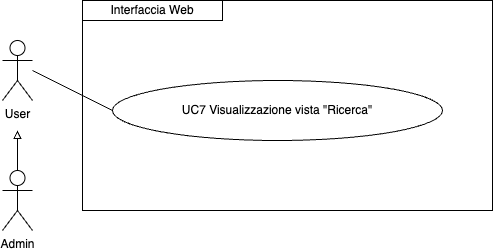
Before: imgs/Uml/UC7.png, a diagram exported from draw.io (ShameIRL/farmacode). Source tidied: cells renumbered, new cells last; positions are measured from the earlier drawing's top-left corner, leaving out a move shared by most shapes.
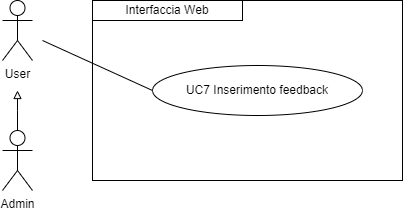
The same file after the commit.

Change to the diagram source:
```diff
@@ -2,30 +2,37 @@
   <root>
     <mxCell id="0" />
     <mxCell id="1" parent="0" />
+    <mxCell id="9" style="edgeStyle=orthogonalEdgeStyle;rounded=0;jettySize=auto;html=1;strokeColor=#000000;endArrow=block;endFill=0;" parent="1" edge="1" source="7">
+      <mxGeometry relative="1" as="geometry">
+        <mxPoint x="15" y="130" as="targetPoint" />
+        <Array as="points">
+          <mxPoint x="15" y="150" />
+          <mxPoint x="15" y="150" />
+        </Array>
+      </mxGeometry>
+    </mxCell>
+    <mxCell id="7" value="Admin" style="shape=umlActor;verticalLabelPosition=bottom;verticalAlign=top;html=1;outlineConnect=0;" parent="1" vertex="1">
+      <mxGeometry y="170" width="30" height="60" as="geometry" />
+    </mxCell>
     <mxCell id="2" value="User" style="shape=umlActor;verticalLabelPosition=bottom;verticalAlign=top;html=1;" parent="1" vertex="1">
       <mxGeometry y="40" width="30" height="60" as="geometry" />
     </mxCell>
-    <mxCell id="3" style="endArrow=none;html=1;rounded=0;entryX=0;entryY=0.5;entryDx=0;entryDy=0;" parent="1" edge="1" target="5">
-      <mxGeometry relative="1" as="geometry">
-        <mxPoint x="30" y="70" as="sourcePoint" />
-      </mxGeometry>
-    </mxCell>
+    <mxCell id="10" style="rounded=0;whiteSpace=wrap;html=1;fillColor=none;" parent="1" vertex="1">
+      <mxGeometry x="90" y="40" width="310" height="180" as="geometry" />
+    </mxCell>
-    <mxCell id="4" value="Interfaccia Web" style="rounded=0;whiteSpace=wrap;html=1;" parent="1" vertex="1">
-      <mxGeometry x="80" width="140" height="20" as="geometry" />
+    <mxCell id="4" value="&lt;div style=&quot;&quot;&gt;Interfaccia Web&lt;/div&gt;" style="rounded=0;whiteSpace=wrap;html=1;fillColor=none;align=center;" parent="1" vertex="1">
+      <mxGeometry x="90" y="40" width="150" height="20" as="geometry" />
     </mxCell>
-    <mxCell id="5" value="UC7 Visualizzazione vista &quot;Ricerca&quot;" style="ellipse;whiteSpace=wrap;html=1;" parent="1" vertex="1">
-      <mxGeometry x="110" y="80" width="330" height="60" as="geometry" />
-    </mxCell>
-    <mxCell id="6" style="rounded=0;whiteSpace=wrap;html=1;fillColor=none;" parent="1" vertex="1">
-      <mxGeometry x="80" width="410" height="210" as="geometry" />
-    </mxCell>
-    <mxCell id="7" value="Admin" style="shape=umlActor;verticalLabelPosition=bottom;verticalAlign=top;html=1;outlineConnect=0;" parent="1" vertex="1">
-      <mxGeometry y="170" width="30" height="60" as="geometry" />
-    </mxCell>
-    <mxCell id="8" style="endArrow=block;html=1;rounded=0;exitX=0.5;exitY=0;exitDx=0;exitDy=0;exitPerimeter=0;endFill=0;" parent="1" edge="1" source="7">
-      <mxGeometry relative="1" as="geometry">
-        <mxPoint x="15" y="130" as="targetPoint" />
-      </mxGeometry>
-    </mxCell>
+    <mxCell id="11" value="UC7 Inserimento feedback" style="ellipse;whiteSpace=wrap;html=1;" parent="1" vertex="1">
+      <mxGeometry x="150" y="105" width="210" height="50" as="geometry" />
+    </mxCell>
+    <mxCell id="12" style="endArrow=none;html=1;rounded=0;entryX=0;entryY=0.5;entryDx=0;entryDy=0;" parent="1" edge="1" target="11">
+      <mxGeometry relative="1" as="geometry">
+        <mxPoint x="40" y="80" as="sourcePoint" />
+      </mxGeometry>
+    </mxCell>
+    <mxCell id="13" style="edgeStyle=orthogonalEdgeStyle;rounded=0;orthogonalLoop=1;jettySize=auto;html=1;exitX=0.5;exitY=1;exitDx=0;exitDy=0;" parent="1" edge="1" source="10" target="10">
+      <mxGeometry relative="1" as="geometry" />
+    </mxCell>
   </root>
 </mxGraphModel>
```
